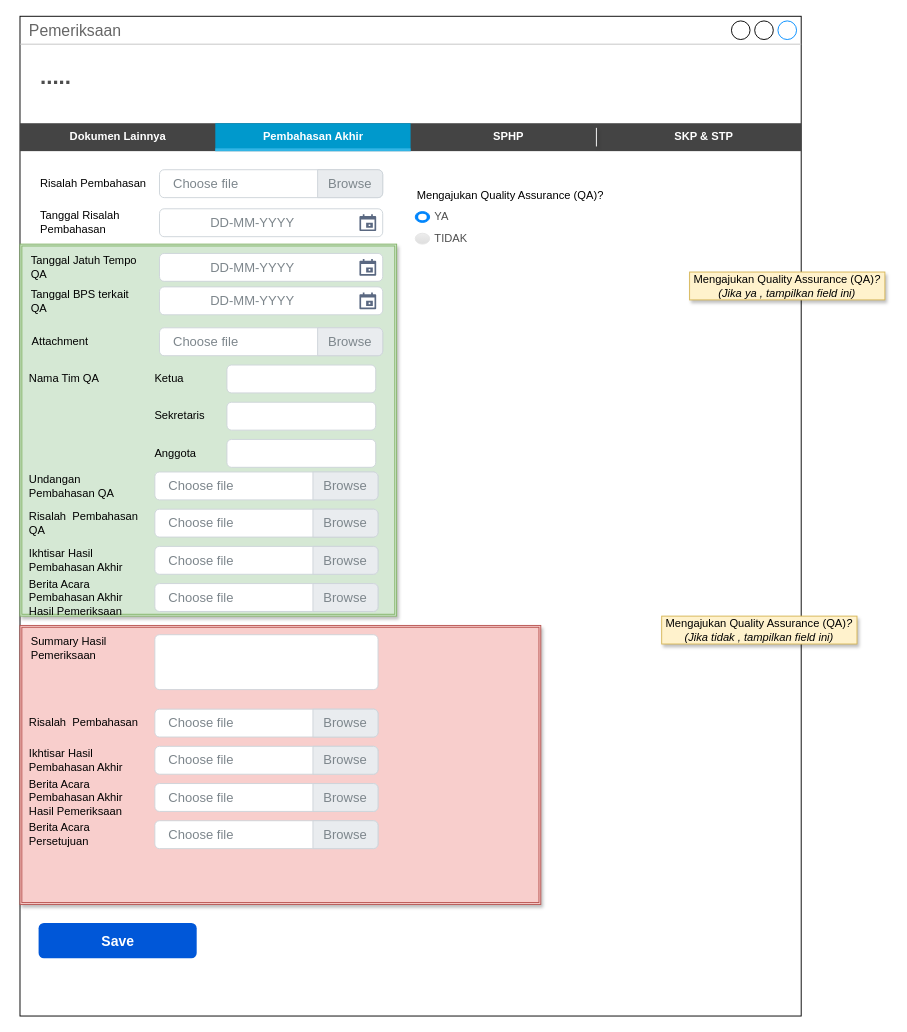
Above: page "2.1 Pemeriksaan_PA" (9 of 21) of TAMS.drawio in prasetyodavid/TAMS (draw.io), before the change. Source tidied: cells renumbered, new cells numbered last; positions are measured from the earlier drawing's top-left corner, leaving out a move shared by most shapes. Both pictures are drawn from the tidied source at 93%, with x=0, y=0 at pixel (20, 16).
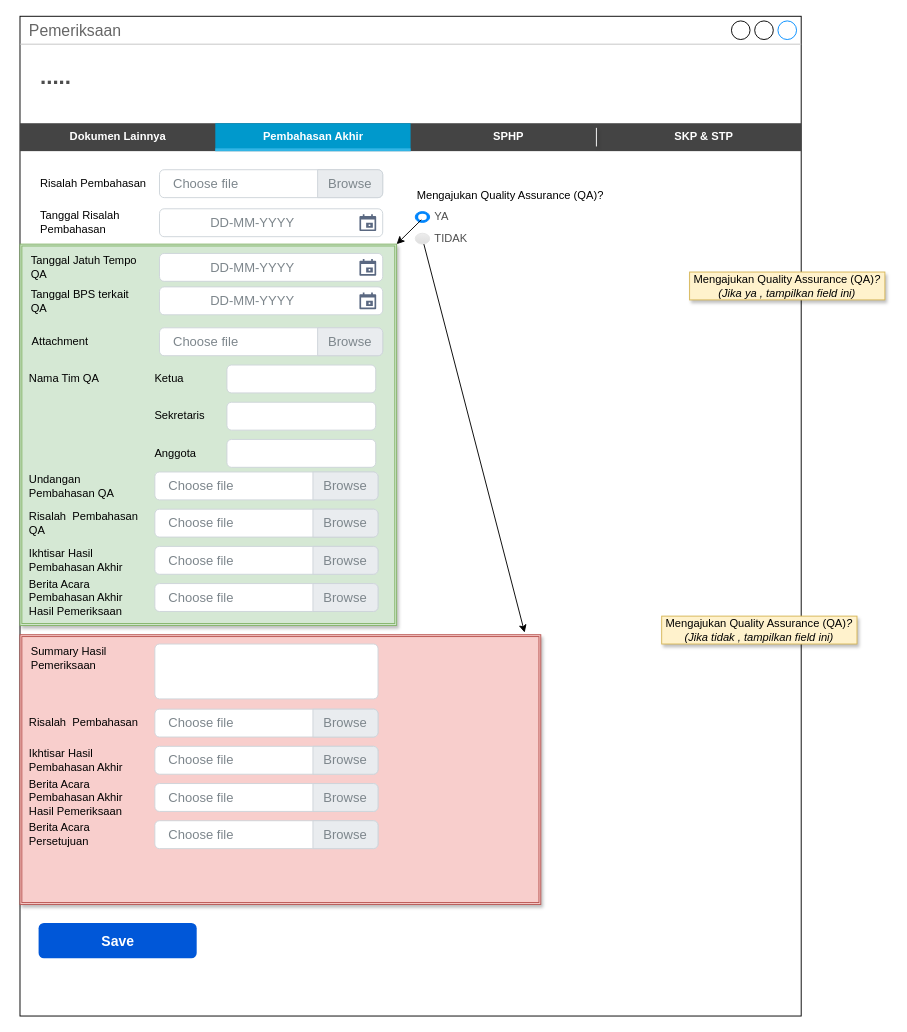
After the change.

Unchanged cells that the change refers to:
```xml
<mxCell id="20" value="YA" style="html=1;shadow=0;dashed=0;shape=mxgraph.bootstrap.radioButton2;labelPosition=right;verticalLabelPosition=middle;align=left;verticalAlign=middle;gradientColor=#DEDEDE;fillColor=#EDEDED;checked=1;spacing=5;checkedFill=#0085FC;checkedStroke=#ffffff;sketch=0;fontColor=#4D4D4D;strokeColor=#E6E6E6;strokeWidth=1;" parent="18" vertex="1">
  <mxGeometry y="35" width="15.5" height="11.7" as="geometry" />
</mxCell>
<mxCell id="21" value="TIDAK" style="html=1;shadow=0;dashed=0;shape=mxgraph.bootstrap.radioButton2;labelPosition=right;verticalLabelPosition=middle;align=left;verticalAlign=middle;gradientColor=#DEDEDE;fillColor=#EDEDED;checked=0;spacing=5;checkedFill=#0085FC;checkedStroke=#ffffff;sketch=0;fontColor=#4D4D4D;strokeColor=#E6E6E6;strokeWidth=1;" parent="18" vertex="1">
  <mxGeometry y="58.3" width="15.5" height="11.7" as="geometry" />
</mxCell>
```

What changed in the source:
```diff
@@
     <mxCell id="22" style="shape=ext;double=1;rounded=0;whiteSpace=wrap;html=1;shadow=1;strokeColor=#82b366;strokeWidth=1;fillColor=#d5e8d4;" parent="1" vertex="1">
-      <mxGeometry y="245" width="405" height="400" as="geometry" />
+      <mxGeometry y="245" width="405" height="410" as="geometry" />
     </mxCell>
@@
     <mxCell id="47" style="shape=ext;double=1;rounded=0;whiteSpace=wrap;html=1;shadow=1;strokeColor=#b85450;strokeWidth=1;fillColor=#f8cecc;" parent="1" vertex="1">
-      <mxGeometry y="655" width="560" height="300" as="geometry" />
+      <mxGeometry y="665" width="560" height="290" as="geometry" />
     </mxCell>
     <mxCell id="48" value="Summary Hasil Pemeriksaan" style="text;html=1;strokeColor=none;fillColor=none;align=left;verticalAlign=middle;whiteSpace=wrap;rounded=0;fontColor=default;" parent="1" vertex="1">
-      <mxGeometry x="10" y="665" width="120" height="30" as="geometry" />
+      <mxGeometry x="10" y="675" width="120" height="30" as="geometry" />
     </mxCell>
     <mxCell id="49" style="html=1;shadow=0;dashed=0;shape=mxgraph.bootstrap.rrect;rSize=5;strokeColor=#CED4DA;html=1;whiteSpace=wrap;fillColor=#FFFFFF;fontColor=#7D868C;align=left;spacing=15;spacingLeft=40;fontSize=14;" parent="1" vertex="1">
-      <mxGeometry x="145" y="665" width="240" height="59" as="geometry" />
+      <mxGeometry x="145" y="675" width="240" height="59" as="geometry" />
     </mxCell>
@@
+    <mxCell id="71" style="endArrow=classic;html=1;rounded=0;fontSize=11;fontColor=none;exitX=0.425;exitY=0.754;exitDx=0;exitDy=0;exitPerimeter=0;entryX=1;entryY=0;entryDx=0;entryDy=0;" parent="1" edge="1" source="20" target="22">
+      <mxGeometry relative="1" as="geometry" />
+    </mxCell>
+    <mxCell id="72" style="endArrow=classic;html=1;rounded=0;fontSize=11;fontColor=none;entryX=0.969;entryY=-0.008;entryDx=0;entryDy=0;entryPerimeter=0;" parent="1" edge="1" source="21" target="47">
+      <mxGeometry relative="1" as="geometry" />
+    </mxCell>
```
